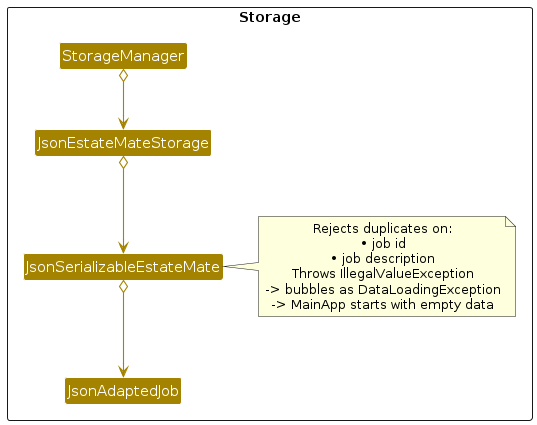
Above: diagrams/JobStorageDiagram.png in Glacialthorn/tp (PlantUML), before the change. Its source is kept beside it as diagrams/JobStorageDiagram.puml. The source it was exported from:
```plantuml
@startuml
!include style.puml
skinparam arrowThickness 1.1
skinparam arrowColor STORAGE_COLOR
skinparam classBackgroundColor STORAGE_COLOR
skinparam classAttributeIconSize 0

package Storage <<Rectangle>> {

  class StorageManager
  class JsonEstateMateStorage
  class JsonSerializableEstateMate {
    - persons : List<JsonAdaptedPerson>
    - jobs : List<JsonAdaptedJob>
    {static} + MESSAGE_DUPLICATE_JOB : String
    + toModelType() : EstateMate
  }
  class JsonAdaptedJob {
    - id : Integer
    - description : String
    - isDone : Boolean
    + toModelType() : Job
  }

  StorageManager o--> JsonEstateMateStorage
  JsonEstateMateStorage o--> JsonSerializableEstateMate
  JsonSerializableEstateMate o--> JsonAdaptedJob

  note right of JsonSerializableEstateMate
    Rejects duplicates on:
    • job id
    • job description
    Throws IllegalValueException
    -> bubbles as DataLoadingException
    -> MainApp starts with empty data
  end note
}
@enduml
```
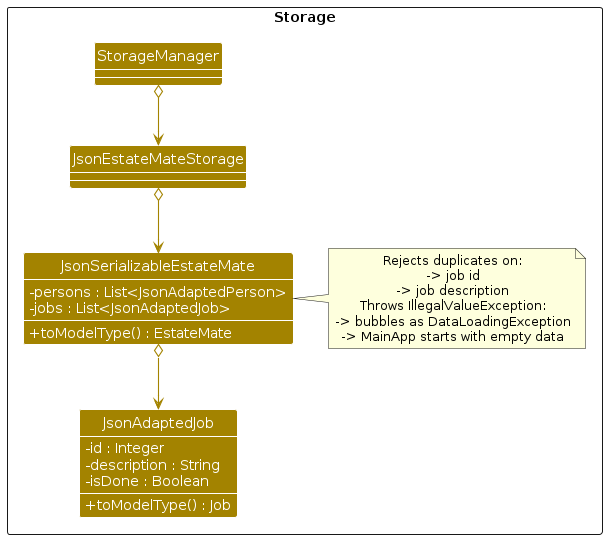
Later version of the same file.

What changed in the source:
```diff
@@ -3,8 +3,12 @@
 skinparam arrowThickness 1.1
 skinparam arrowColor STORAGE_COLOR
 skinparam classBackgroundColor STORAGE_COLOR
-skinparam classAttributeIconSize 0
+skinparam ClassAttributeFontColor #MODEL_COLOR
+skinparam ClassAttributeIconSize 0
 
+show attributes
+show fields
+show methods
 package Storage <<Rectangle>> {
 
   class StorageManager
@@ -12,7 +16,7 @@
   class JsonSerializableEstateMate {
     - persons : List<JsonAdaptedPerson>
     - jobs : List<JsonAdaptedJob>
-    {static} + MESSAGE_DUPLICATE_JOB : String
+
     + toModelType() : EstateMate
   }
   class JsonAdaptedJob {
@@ -28,9 +32,9 @@
 
   note right of JsonSerializableEstateMate
     Rejects duplicates on:
-    • job id
-    • job description
-    Throws IllegalValueException
+    -> job id
+    -> job description
+    Throws IllegalValueException:
     -> bubbles as DataLoadingException
     -> MainApp starts with empty data
   end note
```
